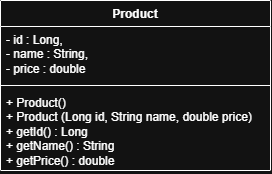
The draw.io diagram docs/uml/Product.png in safiyanaz/products-api, before a commit. Source tidied: cells renumbered, new cells last; positions are measured from the earlier drawing's top-left corner, leaving out a move shared by most shapes. The source it was exported from:
```xml
<mxGraphModel>
  <root>
    <mxCell id="0" />
    <mxCell id="1" parent="0" />
    <mxCell id="2" value="Product" style="swimlane;fontStyle=1;align=center;verticalAlign=top;horizontal=1;startSize=26;whiteSpace=wrap;html=1;" parent="1" vertex="1">
      <mxGeometry width="270" height="170" as="geometry" />
    </mxCell>
    <mxCell id="3" value="-&amp;nbsp;&lt;span style=&quot;background-color: transparent;&quot;&gt;id : Long,&amp;nbsp;&lt;/span&gt;&lt;div&gt;&lt;span style=&quot;background-color: transparent;&quot;&gt;- name : String,&amp;nbsp;&lt;/span&gt;&lt;/div&gt;&lt;div&gt;&lt;span style=&quot;background-color: transparent;&quot;&gt;-&amp;nbsp;&lt;/span&gt;&lt;span style=&quot;background-color: transparent; color: light-dark(rgb(0, 0, 0), rgb(255, 255, 255));&quot;&gt;price : double&lt;/span&gt;&lt;/div&gt;" style="text;strokeColor=none;fillColor=none;align=left;verticalAlign=top;spacingLeft=4;spacingRight=4;overflow=hidden;whiteSpace=wrap;html=1;" parent="2" vertex="1">
      <mxGeometry y="26" width="270" height="55" as="geometry" />
    </mxCell>
    <mxCell id="4" style="line;strokeWidth=1;fillColor=none;align=left;verticalAlign=middle;spacingTop=-1;spacingLeft=3;spacingRight=3;labelPosition=right;strokeColor=inherit;" parent="2" vertex="1">
      <mxGeometry y="81" width="270" height="8" as="geometry" />
    </mxCell>
    <mxCell id="5" value="+ Product()&amp;nbsp;&lt;div&gt;+ Product (Long id, String name, double price)&lt;/div&gt;&lt;div&gt;+&amp;nbsp;&lt;span style=&quot;background-color: transparent;&quot;&gt;getId() : Long&lt;/span&gt;&lt;/div&gt;&lt;div&gt;+ getName() : String&lt;/div&gt;&lt;div&gt;+ getPrice() : double&lt;/div&gt;" style="text;strokeColor=none;fillColor=none;align=left;verticalAlign=top;spacingLeft=4;spacingRight=4;overflow=hidden;whiteSpace=wrap;html=1;" parent="2" vertex="1">
      <mxGeometry y="89" width="270" height="81" as="geometry" />
    </mxCell>
  </root>
</mxGraphModel>
```
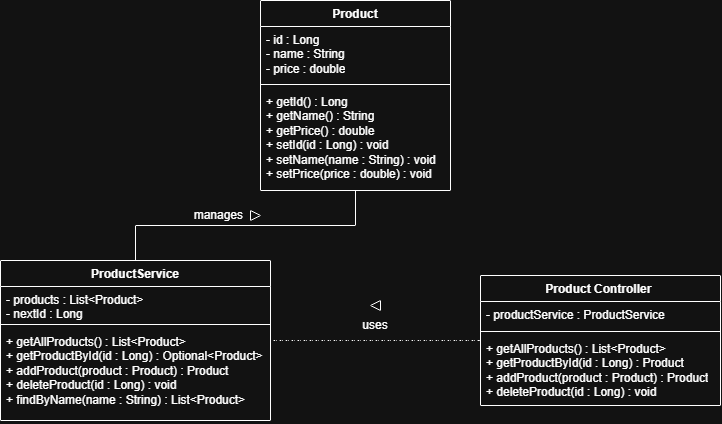
After the change.

Commit message:
Tutorial 3: Activity 6 — Update the UML Class Diagram

The edit, as a diff of the source:
```diff
@@ -2,17 +2,59 @@
   <root>
     <mxCell id="0" />
     <mxCell id="1" parent="0" />
+    <mxCell id="6" style="edgeStyle=orthogonalEdgeStyle;rounded=0;jettySize=auto;html=1;fontSize=12;startSize=8;endSize=8;endArrow=none;endFill=0;" parent="1" edge="1" source="7" target="2">
+      <mxGeometry relative="1" as="geometry" />
+    </mxCell>
+    <mxCell id="7" value="ProductService" style="swimlane;fontStyle=1;align=center;verticalAlign=top;horizontal=1;startSize=26;whiteSpace=wrap;html=1;" parent="1" vertex="1">
+      <mxGeometry x="-260" y="260" width="270" height="160" as="geometry" />
+    </mxCell>
+    <mxCell id="8" value="&lt;div&gt;- products : List&amp;lt;Product&amp;gt;&lt;/div&gt;&lt;div&gt;- nextId : Long&lt;/div&gt;" style="text;strokeColor=none;fillColor=none;align=left;verticalAlign=top;spacingLeft=4;spacingRight=4;overflow=hidden;whiteSpace=wrap;html=1;" parent="7" vertex="1">
+      <mxGeometry y="26" width="270" height="34" as="geometry" />
+    </mxCell>
+    <mxCell id="9" style="line;strokeWidth=1;fillColor=none;align=left;verticalAlign=middle;spacingTop=-1;spacingLeft=3;spacingRight=3;labelPosition=right;strokeColor=inherit;" parent="7" vertex="1">
+      <mxGeometry y="60" width="270" height="8" as="geometry" />
+    </mxCell>
+    <mxCell id="10" value="&lt;div&gt;+ getAllProducts() : List&amp;lt;Product&amp;gt;&lt;/div&gt;&lt;div&gt;+ getProductById(id : Long) : Optional&amp;lt;Product&amp;gt;&lt;/div&gt;&lt;div&gt;+ addProduct(product : Product) : Product&lt;/div&gt;&lt;div&gt;+ deleteProduct(id : Long) : void&lt;/div&gt;&lt;div&gt;+ findByName(name : String) : List&amp;lt;Product&amp;gt;&lt;/div&gt;" style="text;strokeColor=none;fillColor=none;align=left;verticalAlign=top;spacingLeft=4;spacingRight=4;overflow=hidden;whiteSpace=wrap;html=1;" parent="7" vertex="1">
+      <mxGeometry y="68" width="270" height="92" as="geometry" />
+    </mxCell>
+    <mxCell id="11" style="edgeStyle=none;curved=1;rounded=0;curveGeometry=1;jettySize=auto;html=1;fontSize=12;startSize=8;endSize=8;dashed=1;endArrow=none;endFill=0;" parent="1" edge="1" source="12" target="7">
+      <mxGeometry relative="1" as="geometry" />
+    </mxCell>
+    <mxCell id="12" value="Product Controller&amp;nbsp;" style="swimlane;fontStyle=1;align=center;verticalAlign=top;horizontal=1;startSize=26;whiteSpace=wrap;html=1;" parent="1" vertex="1">
+      <mxGeometry x="220" y="275" width="240" height="130" as="geometry" />
+    </mxCell>
+    <mxCell id="13" value="- productService : ProductService" style="text;strokeColor=none;fillColor=none;align=left;verticalAlign=top;spacingLeft=4;spacingRight=4;overflow=hidden;whiteSpace=wrap;html=1;" parent="12" vertex="1">
+      <mxGeometry y="26" width="240" height="26" as="geometry" />
+    </mxCell>
+    <mxCell id="14" style="line;strokeWidth=1;fillColor=none;align=left;verticalAlign=middle;spacingTop=-1;spacingLeft=3;spacingRight=3;labelPosition=right;strokeColor=inherit;" parent="12" vertex="1">
+      <mxGeometry y="52" width="240" height="8" as="geometry" />
+    </mxCell>
+    <mxCell id="15" value="&lt;div&gt;+ getAllProducts() : List&amp;lt;Product&amp;gt;&lt;/div&gt;&lt;div&gt;+ getProductById(id : Long) : Product&lt;/div&gt;&lt;div&gt;+ addProduct(product : Product) : Product&lt;/div&gt;&lt;div&gt;+ deleteProduct(id : Long) : void&lt;/div&gt;" style="text;strokeColor=none;fillColor=none;align=left;verticalAlign=top;spacingLeft=4;spacingRight=4;overflow=hidden;whiteSpace=wrap;html=1;" parent="12" vertex="1">
+      <mxGeometry y="60" width="240" height="70" as="geometry" />
+    </mxCell>
     <mxCell id="2" value="Product" style="swimlane;fontStyle=1;align=center;verticalAlign=top;horizontal=1;startSize=26;whiteSpace=wrap;html=1;" parent="1" vertex="1">
-      <mxGeometry width="270" height="170" as="geometry" />
+      <mxGeometry width="190" height="190" as="geometry" />
     </mxCell>
-    <mxCell id="3" value="-&amp;nbsp;&lt;span style=&quot;background-color: transparent;&quot;&gt;id : Long,&amp;nbsp;&lt;/span&gt;&lt;div&gt;&lt;span style=&quot;background-color: transparent;&quot;&gt;- name : String,&amp;nbsp;&lt;/span&gt;&lt;/div&gt;&lt;div&gt;&lt;span style=&quot;background-color: transparent;&quot;&gt;-&amp;nbsp;&lt;/span&gt;&lt;span style=&quot;background-color: transparent; color: light-dark(rgb(0, 0, 0), rgb(255, 255, 255));&quot;&gt;price : double&lt;/span&gt;&lt;/div&gt;" style="text;strokeColor=none;fillColor=none;align=left;verticalAlign=top;spacingLeft=4;spacingRight=4;overflow=hidden;whiteSpace=wrap;html=1;" parent="2" vertex="1">
-      <mxGeometry y="26" width="270" height="55" as="geometry" />
-    </mxCell>
-    <mxCell id="4" style="line;strokeWidth=1;fillColor=none;align=left;verticalAlign=middle;spacingTop=-1;spacingLeft=3;spacingRight=3;labelPosition=right;strokeColor=inherit;" parent="2" vertex="1">
-      <mxGeometry y="81" width="270" height="8" as="geometry" />
-    </mxCell>
-    <mxCell id="5" value="+ Product()&amp;nbsp;&lt;div&gt;+ Product (Long id, String name, double price)&lt;/div&gt;&lt;div&gt;+&amp;nbsp;&lt;span style=&quot;background-color: transparent;&quot;&gt;getId() : Long&lt;/span&gt;&lt;/div&gt;&lt;div&gt;+ getName() : String&lt;/div&gt;&lt;div&gt;+ getPrice() : double&lt;/div&gt;" style="text;strokeColor=none;fillColor=none;align=left;verticalAlign=top;spacingLeft=4;spacingRight=4;overflow=hidden;whiteSpace=wrap;html=1;" parent="2" vertex="1">
-      <mxGeometry y="89" width="270" height="81" as="geometry" />
-    </mxCell>
+    <mxCell id="16" value="&lt;div&gt;- id : Long&lt;/div&gt;&lt;div&gt;- name : String&lt;/div&gt;&lt;div&gt;- price : double&lt;/div&gt;" style="text;strokeColor=none;fillColor=none;align=left;verticalAlign=top;spacingLeft=4;spacingRight=4;overflow=hidden;whiteSpace=wrap;html=1;" parent="2" vertex="1">
+      <mxGeometry y="26" width="190" height="54" as="geometry" />
+    </mxCell>
+    <mxCell id="17" style="line;strokeWidth=1;fillColor=none;align=left;verticalAlign=middle;spacingTop=-1;spacingLeft=3;spacingRight=3;labelPosition=right;strokeColor=inherit;" parent="2" vertex="1">
+      <mxGeometry y="80" width="190" height="8" as="geometry" />
+    </mxCell>
+    <mxCell id="18" value="&lt;div&gt;+ getId() : Long&lt;/div&gt;&lt;div&gt;+ getName() : String&lt;/div&gt;&lt;div&gt;+ getPrice() : double&lt;/div&gt;&lt;div&gt;+ setId(id : Long) : void&lt;/div&gt;&lt;div&gt;+ setName(name : String) : void&lt;/div&gt;&lt;div&gt;+ setPrice(price : double) : void&lt;/div&gt;" style="text;strokeColor=none;fillColor=none;align=left;verticalAlign=top;spacingLeft=4;spacingRight=4;overflow=hidden;whiteSpace=wrap;html=1;" parent="2" vertex="1">
+      <mxGeometry y="88" width="190" height="102" as="geometry" />
+    </mxCell>
+    <mxCell id="19" style="triangle;whiteSpace=wrap;html=1;shapeInside=1;rotation=-180;" parent="1" vertex="1">
+      <mxGeometry x="110" y="300" width="10" height="10" as="geometry" />
+    </mxCell>
+    <mxCell id="20" style="triangle;whiteSpace=wrap;html=1;shapeInside=1;" parent="1" vertex="1">
+      <mxGeometry x="-10" y="210" width="10" height="10" as="geometry" />
+    </mxCell>
+    <mxCell id="21" value="uses" style="text;html=1;whiteSpace=wrap;strokeColor=none;fillColor=none;align=center;verticalAlign=middle;rounded=0;" parent="1" vertex="1">
+      <mxGeometry x="85" y="310" width="60" height="30" as="geometry" />
+    </mxCell>
+    <mxCell id="22" value="manages&amp;nbsp;" style="text;html=1;whiteSpace=wrap;strokeColor=none;fillColor=none;align=center;verticalAlign=middle;rounded=0;" parent="1" vertex="1">
+      <mxGeometry x="-70" y="200" width="60" height="30" as="geometry" />
+    </mxCell>
   </root>
 </mxGraphModel>
```
